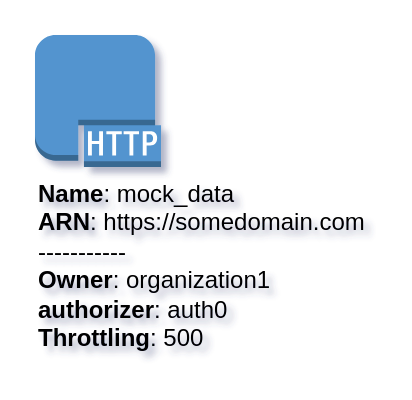
This is docs/docs/onprem-components/output/drawio/http.drawio from tsypuk/multicloud-diagrams, a draw.io file, before an edit. Source tidied: cells renumbered, new cells numbered last; positions are measured from the earlier drawing's top-left corner, leaving out a move shared by most shapes. Both pictures are drawn from the tidied source at 200%, with x=0, y=0 at pixel (34, 34).
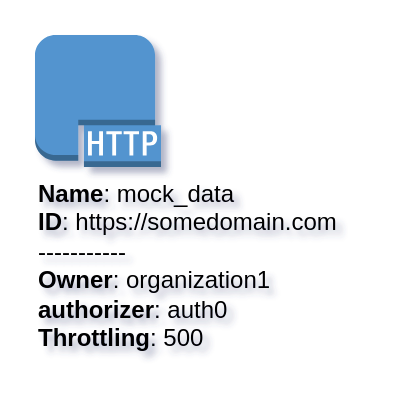
The same diagram, later.

Diff of the diagram source:
```diff
@@
 <mxGraphModel shadow="1">
   <root>
     <mxCell id="0" />
     <mxCell id="1" parent="0" />
-    <mxCell id="2" value="&lt;b&gt;Name&lt;/b&gt;: mock_data&lt;BR&gt;&lt;b&gt;ARN&lt;/b&gt;: https://somedomain.com&lt;BR&gt;-----------&lt;BR&gt;&lt;b&gt;Owner&lt;/b&gt;: organization1&lt;BR&gt;&lt;b&gt;authorizer&lt;/b&gt;: auth0&lt;BR&gt;&lt;b&gt;Throttling&lt;/b&gt;: 500" style="dashed=0;verticalLabelPosition=bottom;verticalAlign=top;align=left;html=1;shape=mxgraph.aws3.http_protocol;fillColor=#5294CF;gradientColor=none;" parent="1" vertex="1">
+    <mxCell id="2" value="&lt;b&gt;Name&lt;/b&gt;: mock_data&lt;BR&gt;&lt;b&gt;ID&lt;/b&gt;: https://somedomain.com&lt;BR&gt;-----------&lt;BR&gt;&lt;b&gt;Owner&lt;/b&gt;: organization1&lt;BR&gt;&lt;b&gt;authorizer&lt;/b&gt;: auth0&lt;BR&gt;&lt;b&gt;Throttling&lt;/b&gt;: 500" style="dashed=0;verticalLabelPosition=bottom;verticalAlign=top;align=left;html=1;shape=mxgraph.aws3.http_protocol;fillColor=#5294CF;gradientColor=none;" parent="1" vertex="1">
       <mxGeometry width="63" height="66" as="geometry" />
     </mxCell>
   </root>
 </mxGraphModel>
```
